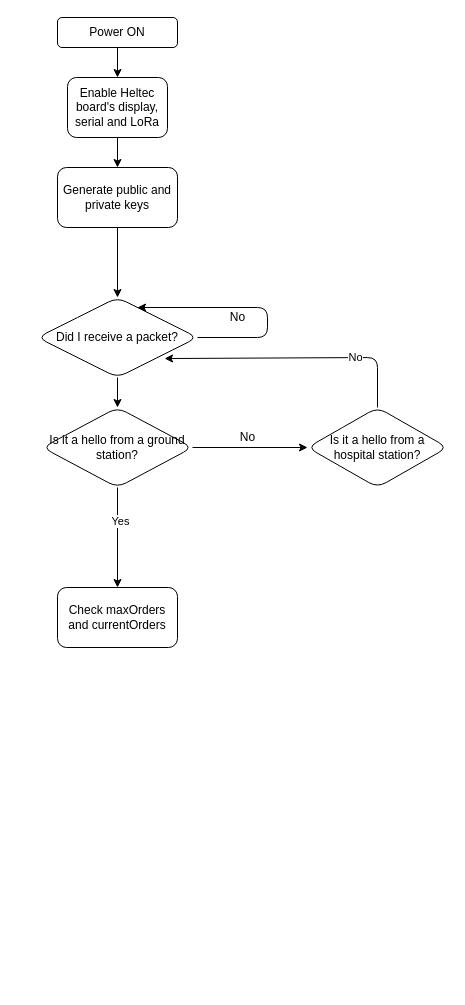
This is documentation/Diagrams/Drone Logic.drawio from nkendler/esp32-lora-drone-delivery, a draw.io file, before an edit. Source tidied: cells renumbered, new cells numbered last; positions are measured from the earlier drawing's top-left corner, leaving out a move shared by most shapes. Both pictures are drawn from the tidied source at 100%, with x=0, y=0 at pixel (37, 17).
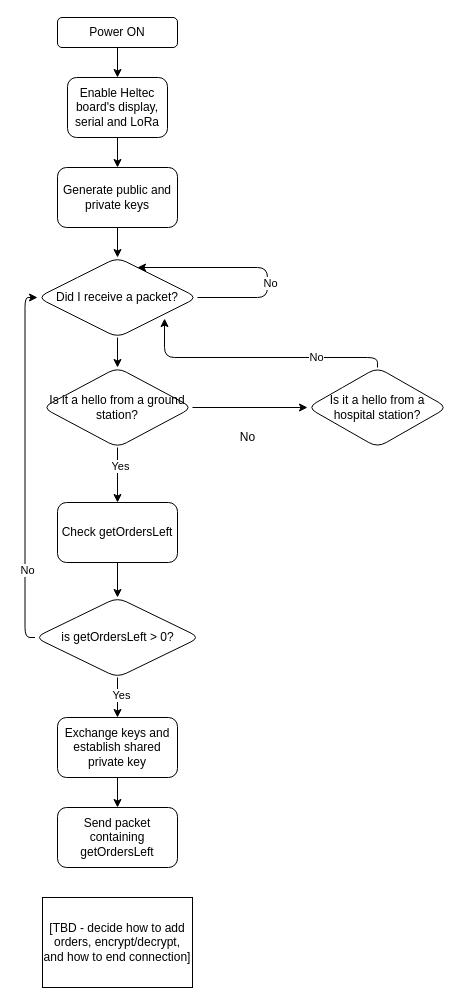
Above is the later version.

Diff of the diagram source:
```diff
@@
     <mxCell id="8" style="edgeStyle=orthogonalEdgeStyle;html=1;exitX=1;exitY=0.5;exitDx=0;exitDy=0;" parent="1" edge="1" source="10" target="10">
       <mxGeometry relative="1" as="geometry">
         <Array as="points">
-          <mxPoint x="230" y="320" />
-          <mxPoint x="230" y="290" />
+          <mxPoint x="230" y="280" />
+          <mxPoint x="230" y="250" />
         </Array>
       </mxGeometry>
     </mxCell>
+    <mxCell id="21" value="No" style="edgeLabel;html=1;align=center;verticalAlign=middle;" parent="8" vertex="1">
+      <mxGeometry x="-0.26" y="-2" relative="1" as="geometry" />
+    </mxCell>
@@
     <mxCell id="10" value="Did I receive a packet?" style="rhombus;whiteSpace=wrap;html=1;rounded=1;shadow=0;gradientColor=none;gradientDirection=radial;" parent="1" vertex="1">
-      <mxGeometry y="280" width="160" height="80" as="geometry" />
+      <mxGeometry y="240" width="160" height="80" as="geometry" />
     </mxCell>
-    <mxCell id="11" value="No" style="text;html=1;align=center;verticalAlign=middle;strokeColor=none;fillColor=none;" parent="1" vertex="1">
-      <mxGeometry x="185" y="290" width="30" height="20" as="geometry" />
-    </mxCell>
@@
     <mxCell id="15" value="Is it a hello from a ground station?" style="rhombus;whiteSpace=wrap;html=1;rounded=1;shadow=0;gradientColor=none;gradientDirection=radial;" parent="1" vertex="1">
-      <mxGeometry x="5" y="390" width="150" height="80" as="geometry" />
+      <mxGeometry x="5" y="350" width="150" height="80" as="geometry" />
     </mxCell>
@@
     <mxCell id="18" value="Is it a hello from a hospital station?" style="rhombus;whiteSpace=wrap;html=1;rounded=1;shadow=0;gradientColor=none;gradientDirection=radial;" parent="1" vertex="1">
-      <mxGeometry x="270" y="390" width="140" height="80" as="geometry" />
+      <mxGeometry x="270" y="350" width="140" height="80" as="geometry" />
     </mxCell>
@@
+    <mxCell id="22" style="edgeStyle=orthogonalEdgeStyle;html=1;" parent="1" edge="1" source="20" target="27">
+      <mxGeometry relative="1" as="geometry" />
+    </mxCell>
-    <mxCell id="20" value="Check maxOrders and currentOrders" style="whiteSpace=wrap;html=1;rounded=1;shadow=0;gradientColor=none;gradientDirection=radial;" parent="1" vertex="1">
-      <mxGeometry x="20" y="570" width="120" height="60" as="geometry" />
+    <mxCell id="20" value="Check getOrdersLeft" style="whiteSpace=wrap;html=1;rounded=1;shadow=0;gradientColor=none;gradientDirection=radial;" parent="1" vertex="1">
+      <mxGeometry x="20" y="485" width="120" height="60" as="geometry" />
     </mxCell>
+    <mxCell id="23" style="edgeStyle=orthogonalEdgeStyle;html=1;exitX=0;exitY=0.5;exitDx=0;exitDy=0;entryX=0;entryY=0.5;entryDx=0;entryDy=0;" parent="1" edge="1" source="27" target="10">
+      <mxGeometry relative="1" as="geometry" />
+    </mxCell>
+    <mxCell id="24" value="No" style="edgeLabel;html=1;align=center;verticalAlign=middle;" parent="23" vertex="1">
+      <mxGeometry x="-0.57" y="-2" relative="1" as="geometry" />
+    </mxCell>
+    <mxCell id="25" style="edgeStyle=orthogonalEdgeStyle;html=1;" parent="1" edge="1" source="27" target="29">
+      <mxGeometry relative="1" as="geometry" />
+    </mxCell>
+    <mxCell id="26" value="Yes" style="edgeLabel;html=1;align=center;verticalAlign=middle;" parent="25" vertex="1">
+      <mxGeometry x="-0.15" y="3" relative="1" as="geometry" />
+    </mxCell>
+    <mxCell id="27" value="is getOrdersLeft&amp;nbsp;&amp;gt; 0?" style="rhombus;whiteSpace=wrap;html=1;rounded=1;shadow=0;gradientColor=none;gradientDirection=radial;" parent="1" vertex="1">
+      <mxGeometry x="-2.5" y="580" width="165" height="80" as="geometry" />
+    </mxCell>
+    <mxCell id="28" style="edgeStyle=orthogonalEdgeStyle;html=1;" parent="1" edge="1" source="29" target="30">
+      <mxGeometry relative="1" as="geometry" />
+    </mxCell>
+    <mxCell id="29" value="Exchange keys and establish shared private key" style="whiteSpace=wrap;html=1;rounded=1;shadow=0;gradientColor=none;gradientDirection=radial;" parent="1" vertex="1">
+      <mxGeometry x="20" y="700" width="120" height="60" as="geometry" />
+    </mxCell>
+    <mxCell id="30" value="Send packet containing getOrdersLeft" style="whiteSpace=wrap;html=1;rounded=1;shadow=0;gradientColor=none;gradientDirection=radial;" parent="1" vertex="1">
+      <mxGeometry x="20" y="790" width="120" height="60" as="geometry" />
+    </mxCell>
+    <mxCell id="31" value="[TBD - decide how to add orders, encrypt/decrypt, and how to end connection]" style="rounded=0;whiteSpace=wrap;html=1;" parent="1" vertex="1">
+      <mxGeometry x="5" y="880" width="150" height="90" as="geometry" />
+    </mxCell>
```
